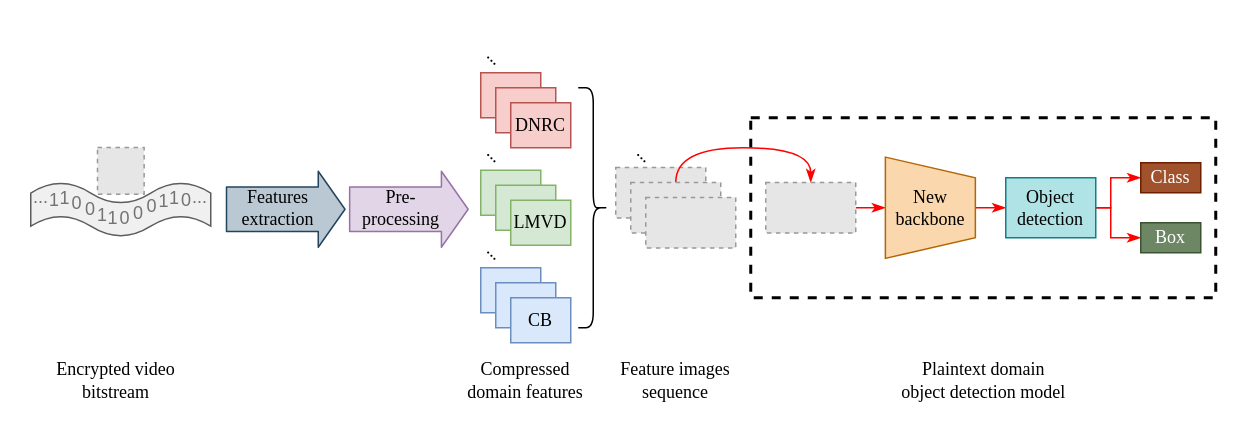
tianxianhao/Text keeps this draw.io diagram as NOLO.drawio. Above is the earlier version. Source tidied: cells renumbered, new cells numbered last; positions are measured from the earlier drawing's top-left corner, leaving out a move shared by most shapes. Both pictures are drawn from the tidied source at 150%, with x=0, y=0 at pixel (26, 42). Pictures stored in the file or linked from it are replaced by grey dashed boxes.
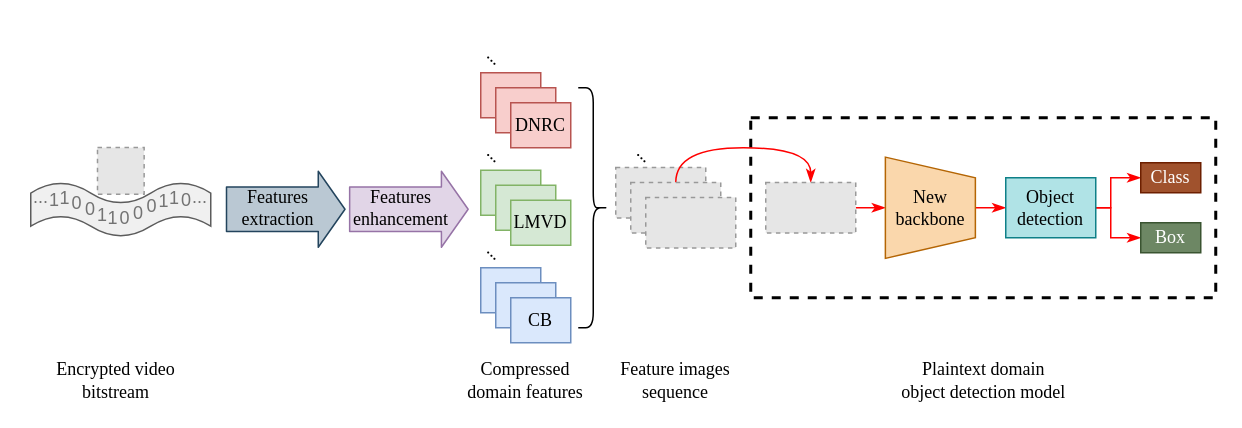
After the change.

Unchanged cells that the change refers to:
```xml
<mxCell id="26" style="group;labelBackgroundColor=none;" parent="1" vertex="1">
  <mxGeometry x="213" y="100" width="80" height="20" as="geometry" />
</mxCell>
```

Change to the diagram source:
```diff
@@
-    <mxCell id="29" value="Pre-&lt;br&gt;processing" style="text;html=1;strokeColor=none;fillColor=none;align=center;verticalAlign=middle;whiteSpace=wrap;rounded=0;fontSize=12;fontFamily=Times New Roman;labelBackgroundColor=none;" parent="26" vertex="1">
+    <mxCell id="29" value="Features enhancement" style="text;html=1;strokeColor=none;fillColor=none;align=center;verticalAlign=middle;whiteSpace=wrap;rounded=0;fontSize=12;fontFamily=Times New Roman;labelBackgroundColor=none;" parent="26" vertex="1">
       <mxGeometry x="17" width="40" height="20" as="geometry" />
     </mxCell>
```
